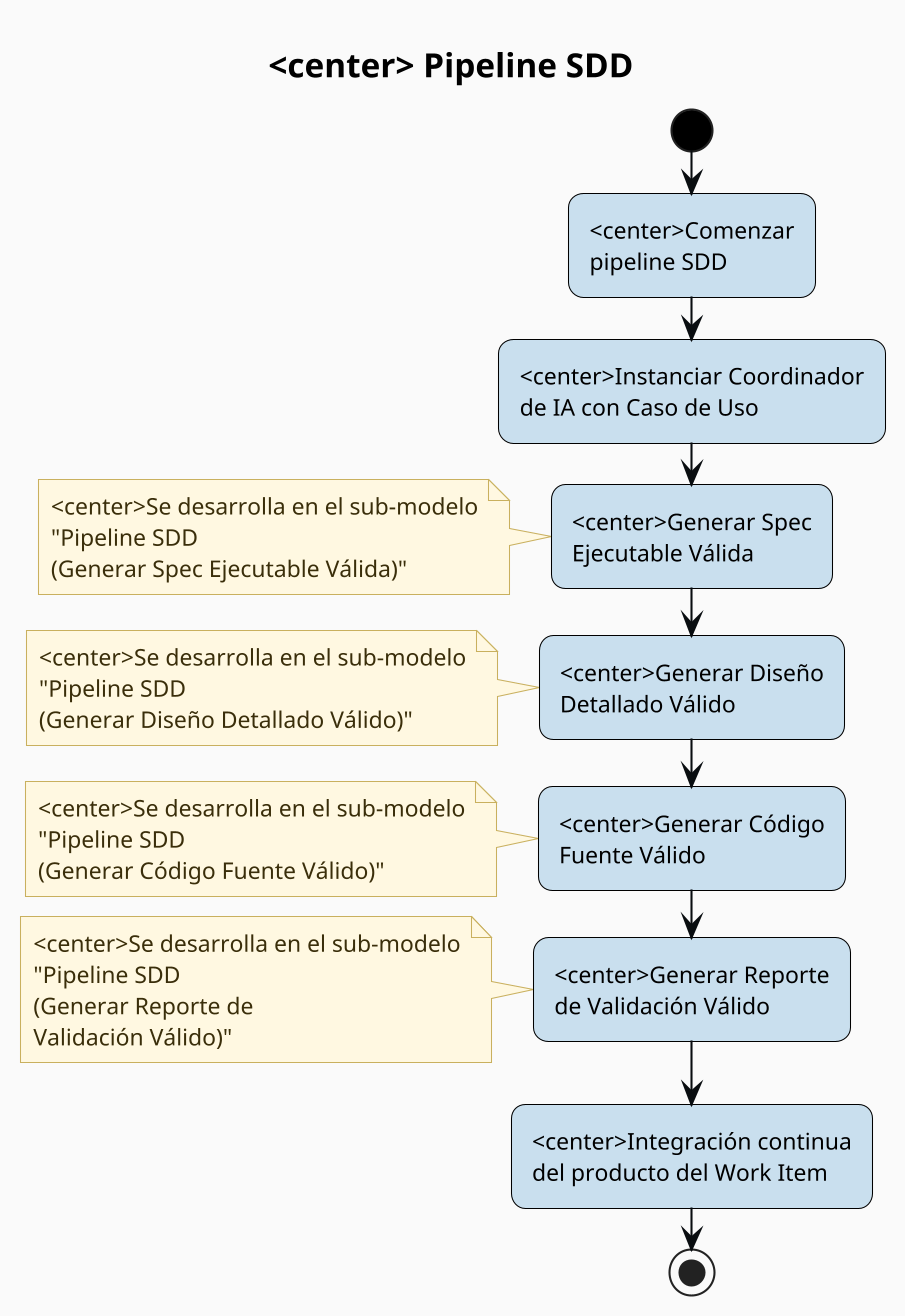
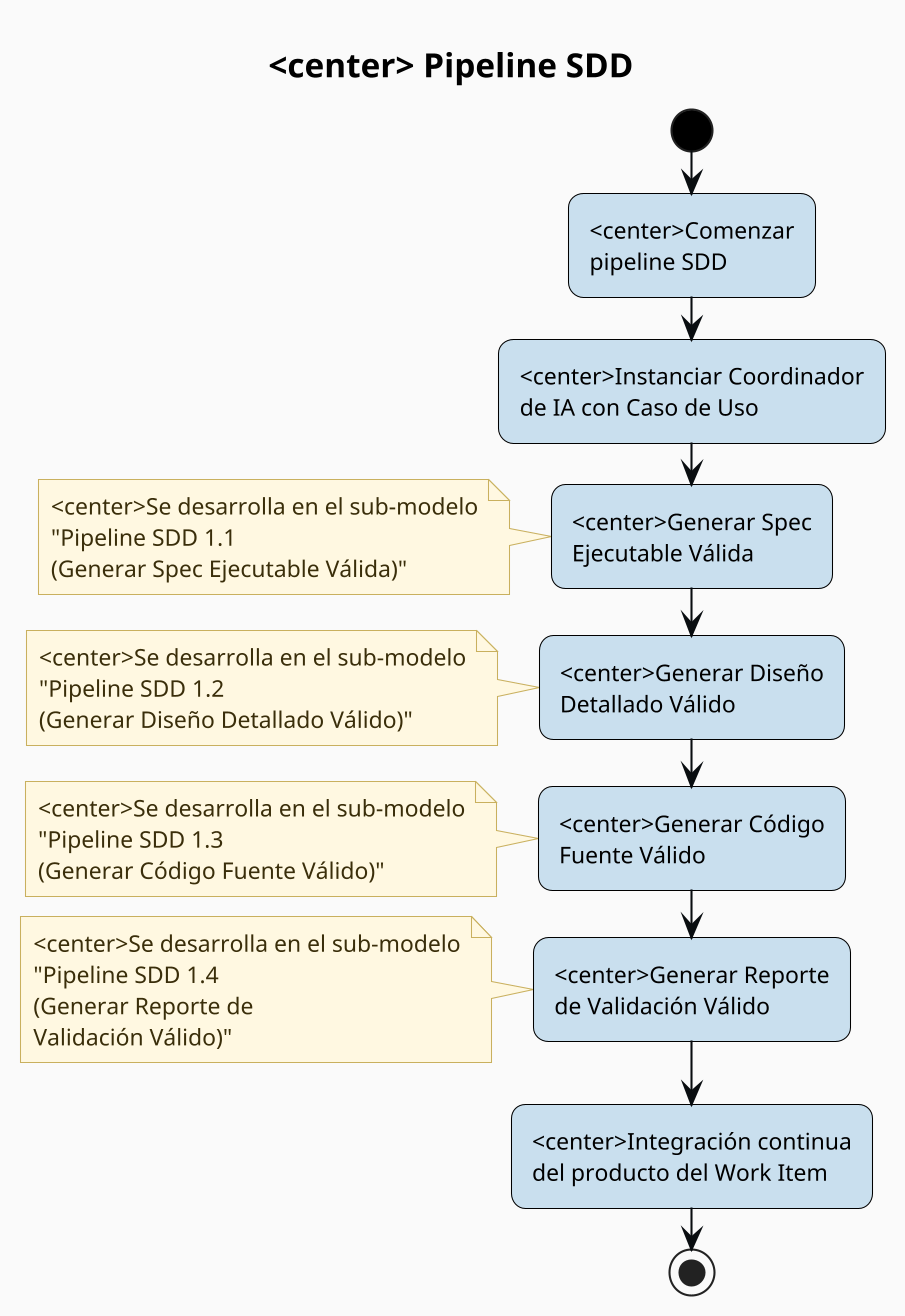
@startuml
skinparam dpi 200
title <center> Pipeline SDD

' === Modern soft theme ===
skinparam backgroundColor #FAFAFA
skinparam defaultFontName Helvetica
skinparam defaultFontSize 11
skinparam titleFontSize 16
skinparam titleFontStyle bold
skinparam shadowing false
skinparam roundCorner 14
skinparam linetype polyline

skinparam activity {
    BackgroundColor       #C9DFEE
    BorderColor           #000000
    FontColor             #000000
    FontName              Helvetica
    FontSize              11
    DiamondBackgroundColor #D9C2E3
    DiamondBorderColor    #000000
    DiamondFontColor      #000000
    StartColor            #000000
    EndColor              #000000
    BarColor              #000000
}

skinparam partition {
    BackgroundColor #FFFFFF
    BorderColor     #C9C9BE
    FontColor       #4A4A48
    FontStyle       bold
    FontSize        12
}

skinparam arrow {
    Color     #090D10
    FontColor #090D10
    FontSize  10
    Thickness 1
}

skinparam note {
    BackgroundColor #FFF8E1
    BorderColor     #C9B05E
    FontColor       #3A2E0A
}

start
:<center>Comenzar\npipeline SDD;
:<center>Instanciar Coordinador\nde IA con Caso de Uso;
:<center>Generar Spec\nEjecutable Válida;
- note left:<center>Se desarrolla en el sub-modelo\n"Pipeline SDD\n(Generar Spec Ejecutable Válida)"
+ note left:<center>Se desarrolla en el sub-modelo\n"Pipeline SDD 1.1\n(Generar Spec Ejecutable Válida)"
:<center>Generar Diseño\nDetallado Válido;
- note left:<center>Se desarrolla en el sub-modelo\n"Pipeline SDD\n(Generar Diseño Detallado Válido)"
+ note left:<center>Se desarrolla en el sub-modelo\n"Pipeline SDD 1.2\n(Generar Diseño Detallado Válido)"
:<center>Generar Código\nFuente Válido;
- note left:<center>Se desarrolla en el sub-modelo\n"Pipeline SDD\n(Generar Código Fuente Válido)"
+ note left:<center>Se desarrolla en el sub-modelo\n"Pipeline SDD 1.3\n(Generar Código Fuente Válido)"
:<center>Generar Reporte\nde Validación Válido;
- note left:<center>Se desarrolla en el sub-modelo\n"Pipeline SDD\n(Generar Reporte de\nValidación Válido)"
+ note left:<center>Se desarrolla en el sub-modelo\n"Pipeline SDD 1.4\n(Generar Reporte de\nValidación Válido)"
:<center>Integración continua\ndel producto del Work Item;
stop
@enduml